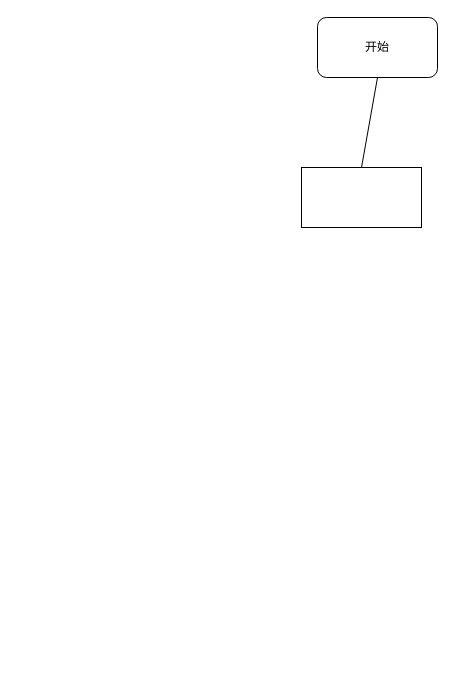
The draw.io diagram liuchengtu.dio in J-ING-Deng/testcourse, before the edit. Source tidied: cells renumbered, new cells numbered last; positions are measured from the earlier drawing's top-left corner, leaving out a move shared by most shapes. Both pictures are drawn from the tidied source at 100%, with x=0, y=0 at pixel (301, 17).
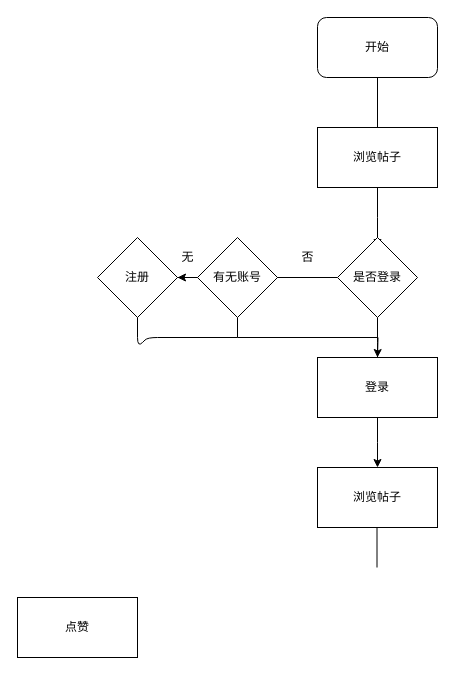
After the change.

Commit message (it also covers changes not shown here):
拼音学习流程图

Diff of the diagram source:
```diff
@@
+    <mxCell id="5" style="edgeStyle=orthogonalEdgeStyle;rounded=0;jettySize=auto;html=1;exitX=0.5;exitY=1;exitDx=0;exitDy=0;" parent="1" edge="1" source="3">
+      <mxGeometry relative="1" as="geometry">
+        <mxPoint x="76" y="230" as="targetPoint" />
+      </mxGeometry>
+    </mxCell>
-    <mxCell id="3" style="rounded=0;whiteSpace=wrap;html=1;" parent="1" vertex="1">
-      <mxGeometry y="150" width="120" height="60" as="geometry" />
+    <mxCell id="3" value="浏览帖子" style="rounded=0;whiteSpace=wrap;html=1;" parent="1" vertex="1">
+      <mxGeometry x="16" y="110" width="120" height="60" as="geometry" />
     </mxCell>
@@
+    <mxCell id="6" style="edgeStyle=orthogonalEdgeStyle;rounded=0;jettySize=auto;html=1;" parent="1" edge="1" source="8">
+      <mxGeometry relative="1" as="geometry">
+        <mxPoint x="-44" y="260" as="targetPoint" />
+      </mxGeometry>
+    </mxCell>
+    <mxCell id="7" style="edgeStyle=orthogonalEdgeStyle;rounded=0;jettySize=auto;html=1;exitX=0.5;exitY=1;exitDx=0;exitDy=0;" parent="1" edge="1" source="8">
+      <mxGeometry relative="1" as="geometry">
+        <mxPoint x="76" y="350" as="targetPoint" />
+      </mxGeometry>
+    </mxCell>
+    <mxCell id="8" value="是否登录" style="rhombus;whiteSpace=wrap;html=1;" parent="1" vertex="1">
+      <mxGeometry x="36" y="220" width="80" height="80" as="geometry" />
+    </mxCell>
+    <mxCell id="9" style="edgeStyle=orthogonalEdgeStyle;rounded=0;jettySize=auto;html=1;exitX=0;exitY=0.5;exitDx=0;exitDy=0;" parent="1" edge="1" source="11" target="12">
+      <mxGeometry relative="1" as="geometry" />
+    </mxCell>
+    <mxCell id="10" style="edgeStyle=orthogonalEdgeStyle;rounded=0;jettySize=auto;html=1;exitX=0.5;exitY=1;exitDx=0;exitDy=0;" parent="1" edge="1" source="11">
+      <mxGeometry relative="1" as="geometry">
+        <mxPoint x="76" y="340" as="targetPoint" />
+      </mxGeometry>
+    </mxCell>
+    <mxCell id="11" value="有无账号" style="rhombus;whiteSpace=wrap;html=1;" parent="1" vertex="1">
+      <mxGeometry x="-104" y="220" width="80" height="80" as="geometry" />
+    </mxCell>
+    <mxCell id="12" value="注册" style="rhombus;whiteSpace=wrap;html=1;" parent="1" vertex="1">
+      <mxGeometry x="-204" y="220" width="80" height="80" as="geometry" />
+    </mxCell>
+    <mxCell id="13" value="否" style="text;html=1;align=center;verticalAlign=middle;" parent="1" vertex="1">
+      <mxGeometry x="-9" y="230" width="30" height="20" as="geometry" />
+    </mxCell>
+    <mxCell id="14" value="无" style="text;html=1;align=center;verticalAlign=middle;" parent="1" vertex="1">
+      <mxGeometry x="-129" y="230" width="30" height="20" as="geometry" />
+    </mxCell>
+    <mxCell id="15" style="edgeStyle=orthogonalEdgeStyle;rounded=0;jettySize=auto;html=1;exitX=0.5;exitY=1;exitDx=0;exitDy=0;" parent="1" edge="1" source="16">
+      <mxGeometry relative="1" as="geometry">
+        <mxPoint x="76" y="450" as="targetPoint" />
+      </mxGeometry>
+    </mxCell>
+    <mxCell id="16" value="登录" style="rounded=0;whiteSpace=wrap;html=1;" parent="1" vertex="1">
+      <mxGeometry x="16" y="340" width="120" height="60" as="geometry" />
+    </mxCell>
+    <mxCell id="17" style="endArrow=none;html=1;exitX=0.5;exitY=1;exitDx=0;exitDy=0;" parent="1" edge="1" source="12">
+      <mxGeometry relative="1" as="geometry">
+        <mxPoint x="-64" y="320" as="targetPoint" />
+        <Array as="points">
+          <mxPoint x="-164" y="330" />
+          <mxPoint x="-154" y="320" />
+        </Array>
+      </mxGeometry>
+    </mxCell>
+    <mxCell id="18" value="浏览帖子" style="rounded=0;whiteSpace=wrap;html=1;" parent="1" vertex="1">
+      <mxGeometry x="16" y="450" width="120" height="60" as="geometry" />
+    </mxCell>
+    <mxCell id="19" style="endArrow=none;html=1;" parent="1" edge="1">
+      <mxGeometry relative="1" as="geometry">
+        <mxPoint x="75.5" y="550" as="sourcePoint" />
+        <mxPoint x="75.5" y="510" as="targetPoint" />
+      </mxGeometry>
+    </mxCell>
+    <mxCell id="20" value="点赞" style="rounded=0;whiteSpace=wrap;html=1;" parent="1" vertex="1">
+      <mxGeometry x="-284" y="580" width="120" height="60" as="geometry" />
+    </mxCell>
```
